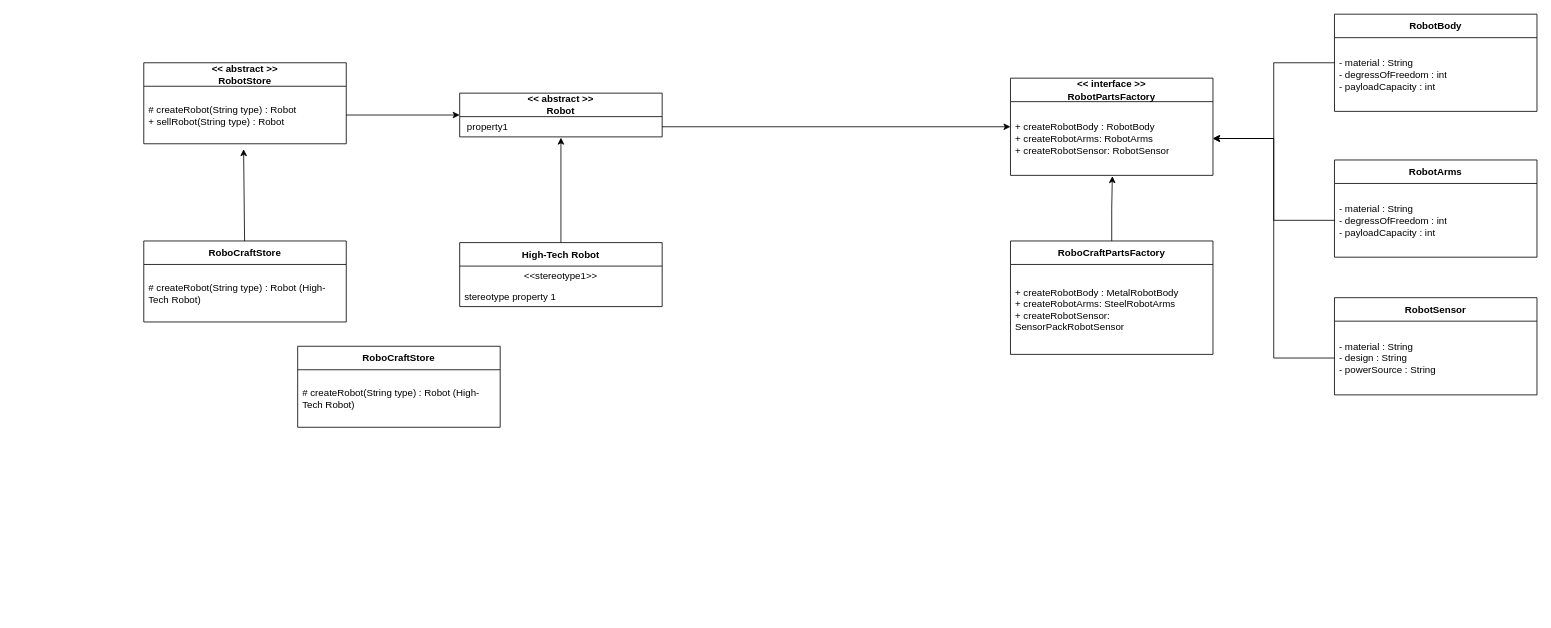
Before: Abstract Factory Pattern/src/exercise2/AbstractFactoryDiagram_Exercise2.drawio in eisBlume0901/Design-Patterns-Playground, a draw.io diagram. Source tidied: cells renumbered, new cells numbered last; positions are measured from the earlier drawing's top-left corner, leaving out a move shared by most shapes. Both pictures are drawn from the tidied source at 81%, with x=0, y=0 at pixel (143, 14).
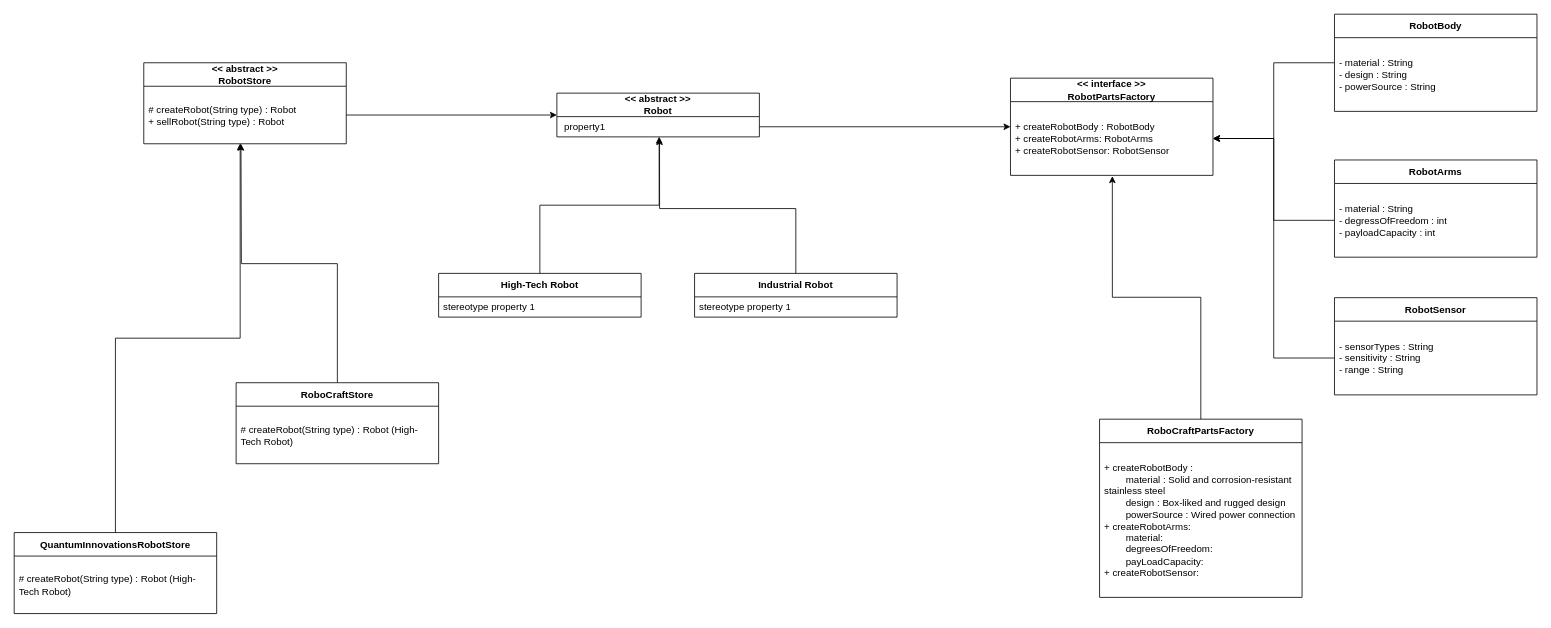
After the change.

Unchanged cells that the change refers to:
```xml
<mxCell id="3" value="# createRobot(String type) : Robot&lt;br&gt;+ sellRobot(String type) : Robot" style="text;html=1;strokeColor=none;fillColor=none;align=left;verticalAlign=middle;spacingLeft=4;spacingRight=4;overflow=hidden;points=[[0,0.5],[1,0.5]];portConstraint=eastwest;whiteSpace=wrap;" parent="2" vertex="1">
  <mxGeometry y="29" width="250" height="71" as="geometry" />
</mxCell>
<mxCell id="7" value="&amp;nbsp;property1" style="text;html=1;strokeColor=none;fillColor=none;align=left;verticalAlign=middle;spacingLeft=4;spacingRight=4;overflow=hidden;points=[[0,0.5],[1,0.5]];portConstraint=eastwest;whiteSpace=wrap;" parent="6" vertex="1">
  <mxGeometry y="29" width="250" height="25" as="geometry" />
</mxCell>
<mxCell id="20" value="RobotBody" style="swimlane;fontStyle=1;align=center;verticalAlign=middle;horizontal=1;startSize=29;html=1;whiteSpace=wrap;" parent="1" vertex="1">
  <mxGeometry x="1470" width="250" height="120" as="geometry" />
</mxCell>
<mxCell id="26" value="RobotSensor" style="swimlane;fontStyle=1;align=center;verticalAlign=middle;horizontal=1;startSize=29;html=1;whiteSpace=wrap;" parent="1" vertex="1">
  <mxGeometry x="1470" y="350" width="250" height="120" as="geometry" />
</mxCell>
```

What changed in the source:
```diff
@@
-    <mxCell id="4" value="RoboCraftStore" style="swimlane;fontStyle=1;align=center;verticalAlign=middle;horizontal=1;startSize=29;html=1;whiteSpace=wrap;" parent="1" vertex="1">
-      <mxGeometry y="280" width="250" height="100" as="geometry" />
+    <mxCell id="4" value="QuantumInnovationsRobotStore" style="swimlane;fontStyle=1;align=center;verticalAlign=middle;horizontal=1;startSize=29;html=1;whiteSpace=wrap;" parent="1" vertex="1">
+      <mxGeometry x="-160" y="640" width="250" height="100" as="geometry" />
     </mxCell>
@@
     <mxCell id="6" value="&amp;lt;&amp;lt; abstract &amp;gt;&amp;gt;&lt;br&gt;Robot" style="swimlane;fontStyle=1;align=center;verticalAlign=middle;horizontal=1;startSize=29;html=1;whiteSpace=wrap;" parent="1" vertex="1">
-      <mxGeometry x="390" y="97.5" width="250" height="54" as="geometry" />
+      <mxGeometry x="510" y="97.5" width="250" height="54" as="geometry" />
     </mxCell>
@@
     <mxCell id="8" value="High-Tech Robot" style="swimlane;fontStyle=1;align=center;verticalAlign=middle;horizontal=1;startSize=29;html=1;whiteSpace=wrap;" parent="1" vertex="1">
-      <mxGeometry x="390" y="282" width="250" height="79" as="geometry" />
+      <mxGeometry x="364" y="320" width="250" height="54" as="geometry" />
     </mxCell>
-    <mxCell id="9" value="&amp;lt;&amp;lt;stereotype1&amp;gt;&amp;gt;" style="text;html=1;strokeColor=none;fillColor=none;align=center;verticalAlign=middle;spacingLeft=4;spacingRight=4;overflow=hidden;whiteSpace=wrap;" parent="8" vertex="1">
-      <mxGeometry y="29" width="250" height="25" as="geometry" />
-    </mxCell>
     <mxCell id="10" value="stereotype property 1" style="text;html=1;strokeColor=none;fillColor=none;align=left;verticalAlign=middle;spacingLeft=4;spacingRight=4;overflow=hidden;whiteSpace=wrap;" parent="8" vertex="1">
-      <mxGeometry y="54" width="250" height="25" as="geometry" />
+      <mxGeometry y="29" width="250" height="25" as="geometry" />
     </mxCell>
-    <mxCell id="11" style="rounded=0;jettySize=auto;html=1;entryX=0.493;entryY=1.094;entryDx=0;entryDy=0;entryPerimeter=0;" parent="1" edge="1" source="4" target="3">
-      <mxGeometry relative="1" as="geometry" />
-    </mxCell>
-    <mxCell id="12" style="edgeStyle=orthogonalEdgeStyle;rounded=0;jettySize=auto;html=1;entryX=0.5;entryY=1.04;entryDx=0;entryDy=0;entryPerimeter=0;" parent="1" edge="1" source="8" target="7">
-      <mxGeometry relative="1" as="geometry" />
-    </mxCell>
@@
     <mxCell id="15" value="RoboCraftPartsFactory" style="swimlane;fontStyle=1;align=center;verticalAlign=middle;horizontal=1;startSize=29;html=1;whiteSpace=wrap;" parent="1" vertex="1">
-      <mxGeometry x="1070" y="280" width="250" height="140" as="geometry" />
+      <mxGeometry x="1180" y="500" width="250" height="220" as="geometry" />
     </mxCell>
-    <mxCell id="16" value="+ createRobotBody : MetalRobotBody&lt;br&gt;+ createRobotArms: SteelRobotArms&lt;br&gt;+ createRobotSensor: SensorPackRobotSensor" style="text;html=1;strokeColor=none;fillColor=none;align=left;verticalAlign=middle;spacingLeft=4;spacingRight=4;overflow=hidden;whiteSpace=wrap;" parent="15" vertex="1">
-      <mxGeometry y="29" width="250" height="111" as="geometry" />
+    <mxCell id="16" value="+ createRobotBody :&amp;nbsp;&lt;br&gt;&lt;span style=&quot;white-space: pre;&quot;&gt;&#9;&lt;/span&gt;material : Solid and corrosion-resistant stainless steel&lt;br&gt;&lt;span style=&quot;white-space: pre;&quot;&gt;&#9;&lt;/span&gt;design : Box-liked and rugged design&lt;br&gt;&lt;span style=&quot;white-space: pre;&quot;&gt;&#9;&lt;/span&gt;powerSource : Wired power connection&lt;br&gt;+ createRobotArms: &lt;br&gt;&lt;span style=&quot;white-space: pre;&quot;&gt;&#9;&lt;/span&gt;material:&amp;nbsp;&lt;br&gt;&lt;span style=&quot;white-space: pre;&quot;&gt;&#9;&lt;/span&gt;degreesOfFreedom:&lt;br&gt;&lt;span style=&quot;white-space: pre;&quot;&gt;&#9;&lt;/span&gt;payLoadCapacity:&lt;br&gt;+ createRobotSensor:" style="text;html=1;strokeColor=none;fillColor=none;align=left;verticalAlign=middle;spacingLeft=4;spacingRight=4;overflow=hidden;whiteSpace=wrap;" parent="15" vertex="1">
+      <mxGeometry y="29" width="250" height="191" as="geometry" />
     </mxCell>
@@
-    <mxCell id="21" value="- material : String&lt;br&gt;- degressOfFreedom : int&lt;br&gt;- payloadCapacity : int" style="text;html=1;strokeColor=none;fillColor=none;align=left;verticalAlign=middle;spacingLeft=4;spacingRight=4;overflow=hidden;whiteSpace=wrap;" parent="20" vertex="1">
+    <mxCell id="21" value="- material : String&lt;br style=&quot;border-color: var(--border-color);&quot;&gt;- design : String&lt;br style=&quot;border-color: var(--border-color);&quot;&gt;- powerSource : String" style="text;html=1;strokeColor=none;fillColor=none;align=left;verticalAlign=middle;spacingLeft=4;spacingRight=4;overflow=hidden;whiteSpace=wrap;" parent="20" vertex="1">
       <mxGeometry y="29" width="250" height="91" as="geometry" />
     </mxCell>
@@
-    <mxCell id="27" value="- material : String&lt;br&gt;- design : String&lt;br&gt;- powerSource : String" style="text;html=1;strokeColor=none;fillColor=none;align=left;verticalAlign=middle;spacingLeft=4;spacingRight=4;overflow=hidden;points=[[0,0.5],[1,0.5]];portConstraint=eastwest;whiteSpace=wrap;" parent="26" vertex="1">
+    <mxCell id="27" value="- sensorTypes : String&lt;br&gt;- sensitivity : String&lt;br&gt;- range : String" style="text;html=1;strokeColor=none;fillColor=none;align=left;verticalAlign=middle;spacingLeft=4;spacingRight=4;overflow=hidden;points=[[0,0.5],[1,0.5]];portConstraint=eastwest;whiteSpace=wrap;" parent="26" vertex="1">
       <mxGeometry y="29" width="250" height="91" as="geometry" />
     </mxCell>
@@
+    <mxCell id="31" style="edgeStyle=orthogonalEdgeStyle;rounded=0;jettySize=auto;html=1;" parent="1" edge="1" source="29">
+      <mxGeometry relative="1" as="geometry">
+        <mxPoint x="120" y="160" as="targetPoint" />
+      </mxGeometry>
+    </mxCell>
     <mxCell id="29" value="RoboCraftStore" style="swimlane;fontStyle=1;align=center;verticalAlign=middle;horizontal=1;startSize=29;html=1;whiteSpace=wrap;" parent="1" vertex="1">
-      <mxGeometry x="190" y="410" width="250" height="100" as="geometry" />
+      <mxGeometry x="114" y="455" width="250" height="100" as="geometry" />
     </mxCell>
@@
+    <mxCell id="11" style="edgeStyle=orthogonalEdgeStyle;rounded=0;jettySize=auto;html=1;entryX=0.476;entryY=0.993;entryDx=0;entryDy=0;entryPerimeter=0;" parent="1" edge="1" source="4" target="3">
+      <mxGeometry relative="1" as="geometry" />
+    </mxCell>
+    <mxCell id="32" value="Industrial Robot" style="swimlane;fontStyle=1;align=center;verticalAlign=middle;horizontal=1;startSize=29;html=1;whiteSpace=wrap;" parent="1" vertex="1">
+      <mxGeometry x="680" y="320" width="250" height="54" as="geometry" />
+    </mxCell>
+    <mxCell id="33" value="stereotype property 1" style="text;html=1;strokeColor=none;fillColor=none;align=left;verticalAlign=middle;spacingLeft=4;spacingRight=4;overflow=hidden;whiteSpace=wrap;" parent="32" vertex="1">
+      <mxGeometry y="29" width="250" height="25" as="geometry" />
+    </mxCell>
+    <mxCell id="12" style="edgeStyle=orthogonalEdgeStyle;rounded=0;jettySize=auto;html=1;entryX=0.505;entryY=0.991;entryDx=0;entryDy=0;entryPerimeter=0;" parent="1" edge="1" source="8" target="7">
+      <mxGeometry relative="1" as="geometry" />
+    </mxCell>
+    <mxCell id="34" style="edgeStyle=orthogonalEdgeStyle;rounded=0;jettySize=auto;html=1;entryX=0.507;entryY=1.06;entryDx=0;entryDy=0;entryPerimeter=0;" parent="1" edge="1" source="32" target="7">
+      <mxGeometry relative="1" as="geometry">
+        <Array as="points">
+          <mxPoint x="805" y="240" />
+          <mxPoint x="637" y="240" />
+        </Array>
+      </mxGeometry>
+    </mxCell>
```
